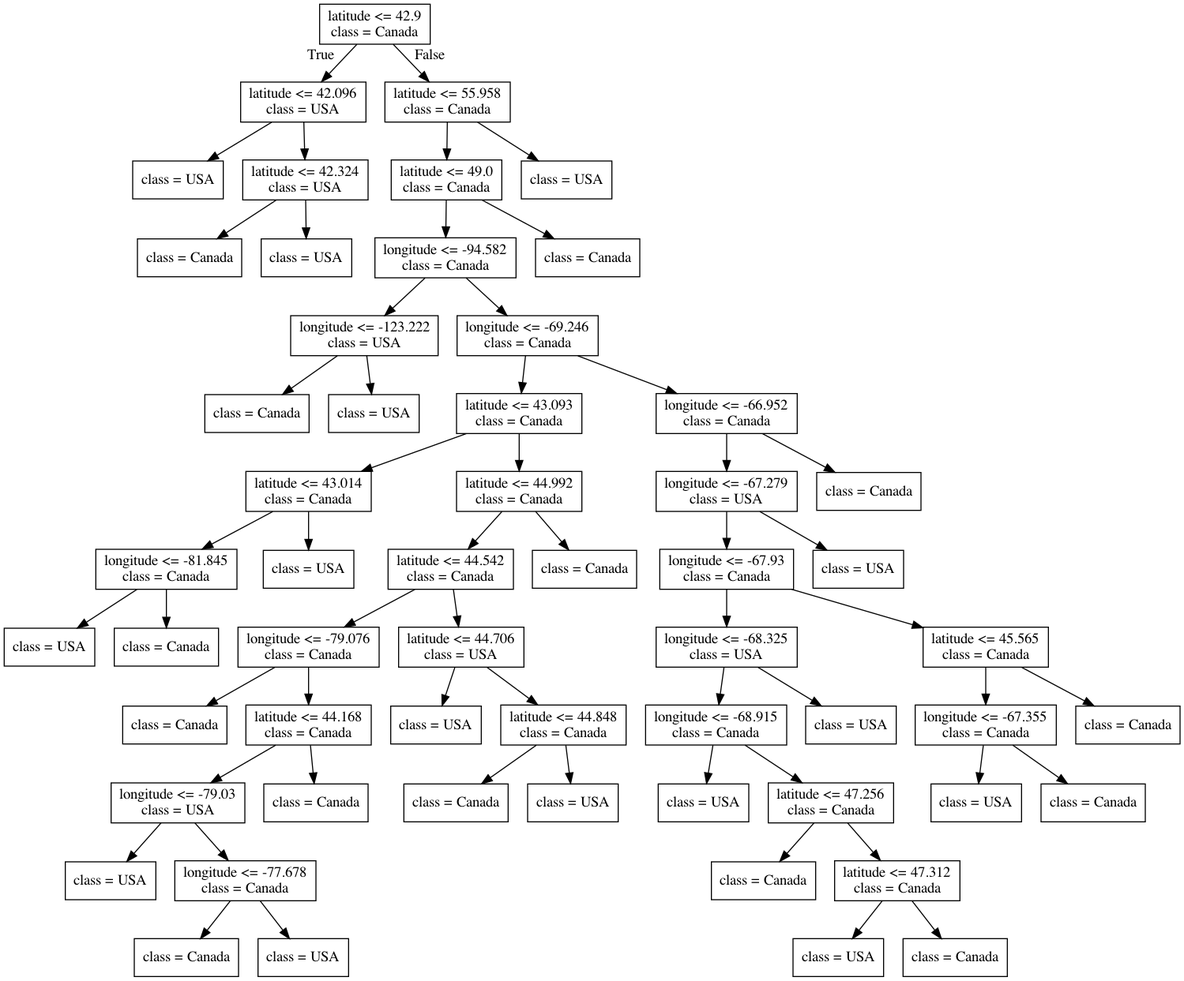
Above: lectures/Source.gv.png in bait509-ubc/BAIT509 (Graphviz), before the change. Its source is kept beside it as lectures/Source.gv.
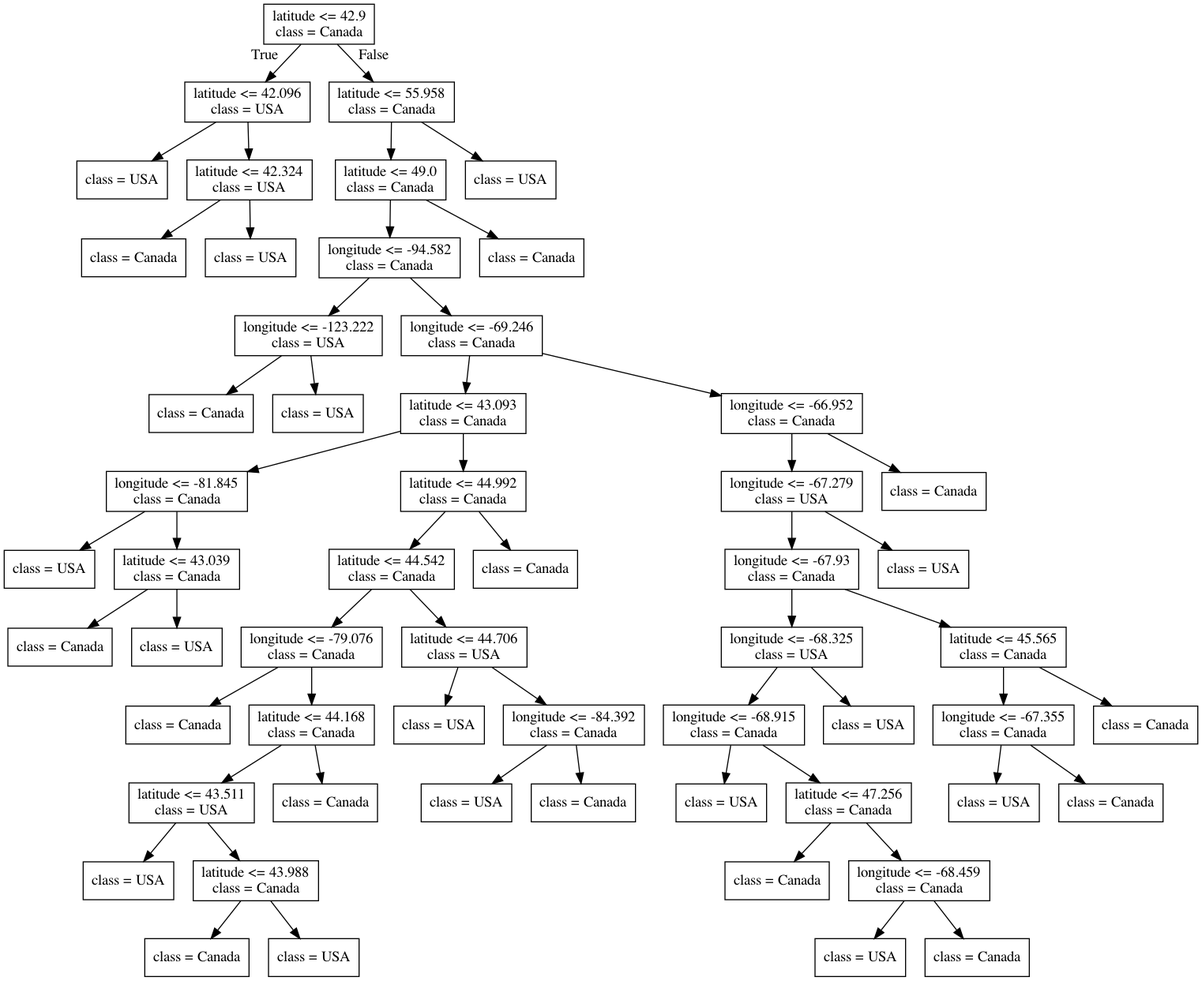
After the commit.

The edit, as a diff of the source:
```diff
@@ -27,16 +27,16 @@
 8 -> 12 ;
 13 [label="latitude <= 43.093\nclass = Canada"] ;
 12 -> 13 ;
-14 [label="latitude <= 43.014\nclass = Canada"] ;
+14 [label="longitude <= -81.845\nclass = Canada"] ;
 13 -> 14 ;
-15 [label="longitude <= -81.845\nclass = Canada"] ;
+15 [label="class = USA"] ;
 14 -> 15 ;
-16 [label="class = USA"] ;
-15 -> 16 ;
+16 [label="latitude <= 43.039\nclass = Canada"] ;
+14 -> 16 ;
 17 [label="class = Canada"] ;
-15 -> 17 ;
+16 -> 17 ;
 18 [label="class = USA"] ;
-14 -> 18 ;
+16 -> 18 ;
 19 [label="latitude <= 44.992\nclass = Canada"] ;
 13 -> 19 ;
 20 [label="latitude <= 44.542\nclass = Canada"] ;
@@ -47,11 +47,11 @@
 21 -> 22 ;
 23 [label="latitude <= 44.168\nclass = Canada"] ;
 21 -> 23 ;
-24 [label="longitude <= -79.03\nclass = USA"] ;
+24 [label="latitude <= 43.511\nclass = USA"] ;
 23 -> 24 ;
 25 [label="class = USA"] ;
 24 -> 25 ;
-26 [label="longitude <= -77.678\nclass = Canada"] ;
+26 [label="latitude <= 43.988\nclass = Canada"] ;
 24 -> 26 ;
 27 [label="class = Canada"] ;
 26 -> 27 ;
@@ -63,11 +63,11 @@
 20 -> 30 ;
 31 [label="class = USA"] ;
 30 -> 31 ;
-32 [label="latitude <= 44.848\nclass = Canada"] ;
+32 [label="longitude <= -84.392\nclass = Canada"] ;
 30 -> 32 ;
-33 [label="class = Canada"] ;
+33 [label="class = USA"] ;
 32 -> 33 ;
-34 [label="class = USA"] ;
+34 [label="class = Canada"] ;
 32 -> 34 ;
 35 [label="class = Canada"] ;
 19 -> 35 ;
@@ -87,7 +87,7 @@
 40 -> 42 ;
 43 [label="class = Canada"] ;
 42 -> 43 ;
-44 [label="latitude <= 47.312\nclass = Canada"] ;
+44 [label="longitude <= -68.459\nclass = Canada"] ;
 42 -> 44 ;
 45 [label="class = USA"] ;
 44 -> 45 ;
```
